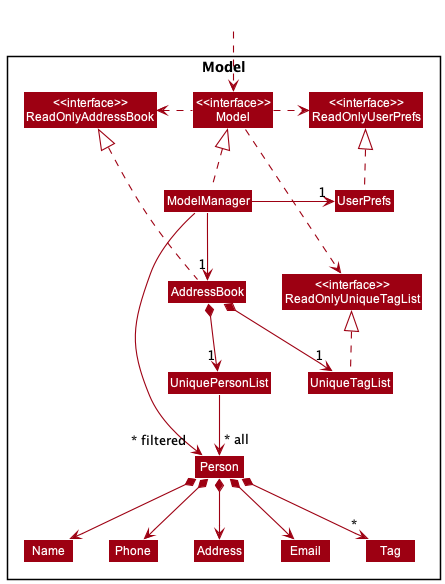
This is docs/images/ModelClassDiagram.png from pyk595/tp, a PlantUML export, as it was before one commit. Its diagram source:
```plantuml
@startuml
!include style.puml
skinparam arrowThickness 1.1
skinparam arrowColor MODEL_COLOR
skinparam classBackgroundColor MODEL_COLOR

Package Model <<Rectangle>>{
Class "<<interface>>\nReadOnlyAddressBook" as ReadOnlyAddressBook
Class "<<interface>>\nReadOnlyUserPrefs" as ReadOnlyUserPrefs
Class "<<interface>>\nModel" as Model

Class UniqueTagList
Class "<<interface>>\nReadOnlyUniqueTagList" as ReadOnlyUniqueTagList

Class AddressBook
Class ModelManager
Class UserPrefs

Class UniquePersonList
Class Person
Class Address
Class Email
Class Name
Class Phone
Class Tag

}

Class HiddenOutside #FFFFFF
HiddenOutside ..> Model

AddressBook .up.|> ReadOnlyAddressBook

ModelManager .up.|> Model
Model ..> ReadOnlyUniqueTagList
Model .right.> ReadOnlyUserPrefs
Model .left.> ReadOnlyAddressBook
ModelManager --> "1" AddressBook
ModelManager -right-> "1" UserPrefs
UserPrefs .up.|> ReadOnlyUserPrefs

AddressBook *--> "1" UniqueTagList
AddressBook *--> "1" UniquePersonList
UniqueTagList .up.|> ReadOnlyUniqueTagList
UniquePersonList --> "~* all" Person
Person *--> Name
Person *--> Phone
Person *--> Email
Person *--> Address
Person *--> "*" Tag

AddressBook -[hidden]left-> ReadOnlyUniqueTagList
Name -[hidden]right-> Phone
Phone -[hidden]right-> Address
Address -[hidden]right-> Email

ModelManager -->"~* filtered" Person
@enduml
```
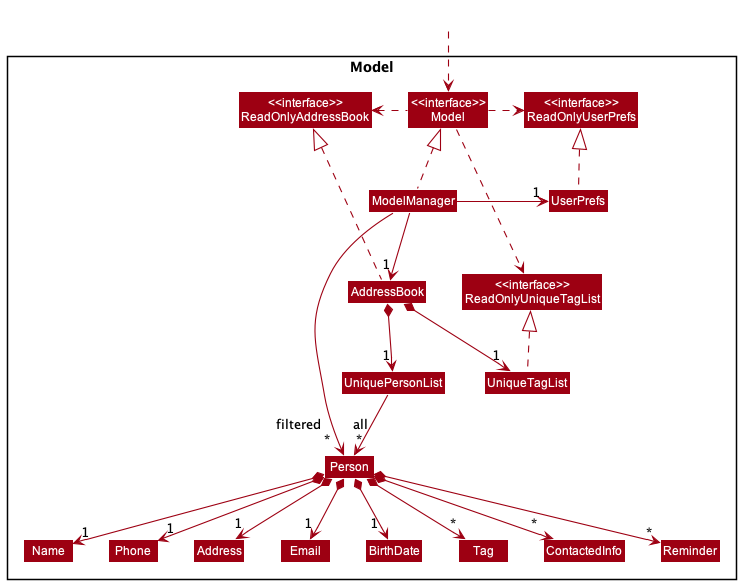
The same diagram one commit later.

The edit, as a diff of the source:
```diff
@@ -19,11 +19,13 @@
 Class UniquePersonList
 Class Person
 Class Address
+Class BirthDate
 Class Email
 Class Name
 Class Phone
 Class Tag
-
+Class ContactedInfo
+Class Reminder
 }
 
 Class HiddenOutside #FFFFFF
@@ -42,17 +44,21 @@
 AddressBook *--> "1" UniqueTagList
 AddressBook *--> "1" UniquePersonList
 UniqueTagList .up.|> ReadOnlyUniqueTagList
-UniquePersonList --> "~* all" Person
-Person *--> Name
-Person *--> Phone
-Person *--> Email
-Person *--> Address
+UniquePersonList --> "\n\n\n   all\n  ~*" Person
+Person *--> "1" Name
+Person *--> "1" Phone
+Person *--> "1" Email
+Person *--> "       1" BirthDate
+Person *--> "1" Address
 Person *--> "*" Tag
+Person *--> "*" ContactedInfo
+Person *--> "*" Reminder
 
 AddressBook -[hidden]left-> ReadOnlyUniqueTagList
 Name -[hidden]right-> Phone
 Phone -[hidden]right-> Address
 Address -[hidden]right-> Email
 
-ModelManager -->"~* filtered" Person
+
+ModelManager -->"filtered   \n           ~*" Person
 @enduml
```
